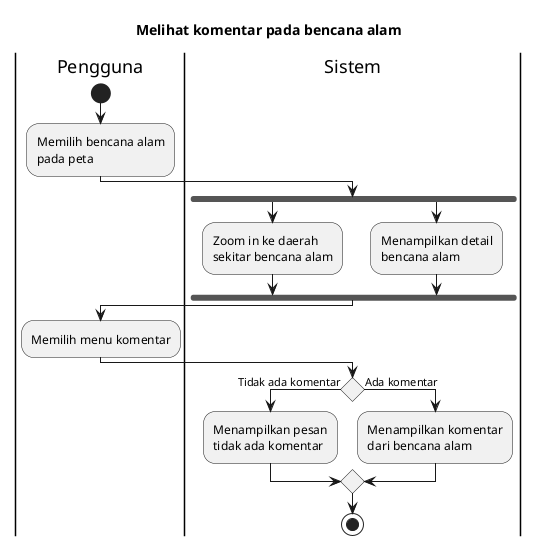
Before: export/Activity Diagrams/UC-MAP - Peta Bencana/UC-MAP-009 - Melihat komentar pada bencana alam.png, a diagram exported from PlantUML (bagusNA/appl-diagrams).
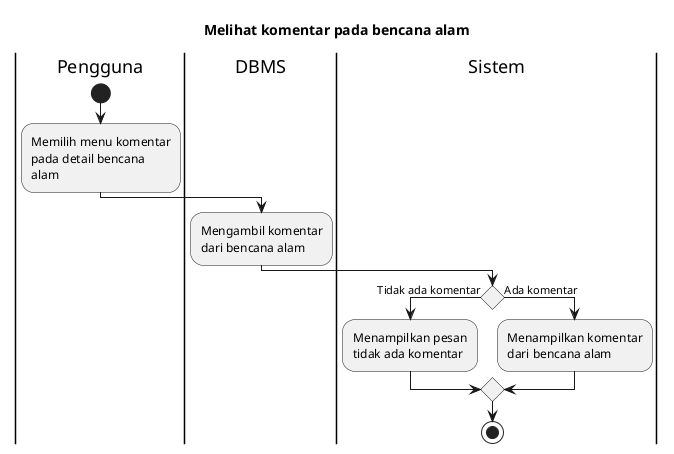
Later version of the same file.

What changed in the source:
```diff
@@ -5,17 +5,10 @@
 
 |Pengguna|
 start
-:Memilih bencana alam pada peta;
+:Memilih menu komentar pada detail bencana alam;
 
-|Sistem|
-fork
-  :Zoom in ke daerah sekitar bencana alam;
-fork again
-  :Menampilkan detail bencana alam;
-endfork
-
-|Pengguna|
-:Memilih menu komentar;
+|DBMS|
+:Mengambil komentar dari bencana alam;
 
 |Sistem|
 if () then (Tidak ada komentar)
```
